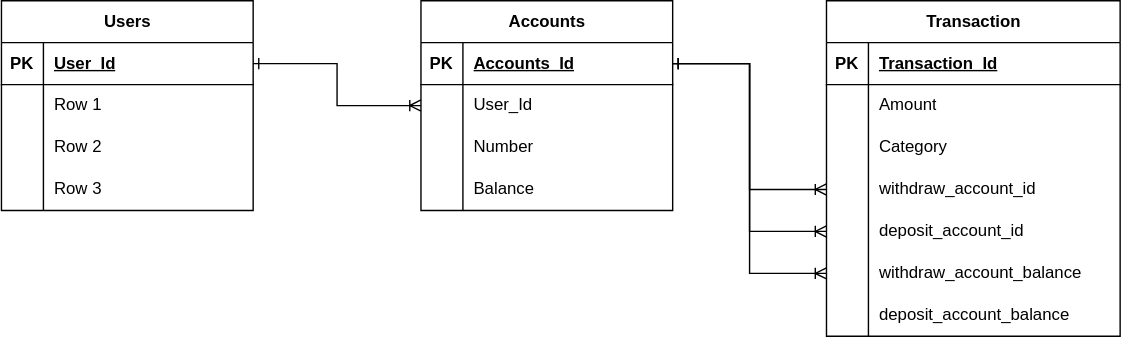
Before: Document/Bank_ERD.drawio.svg, a diagram exported from draw.io (dev1week/E-Banking). Source tidied: cells renumbered, new cells last; positions are measured from the earlier drawing's top-left corner, leaving out a move shared by most shapes.
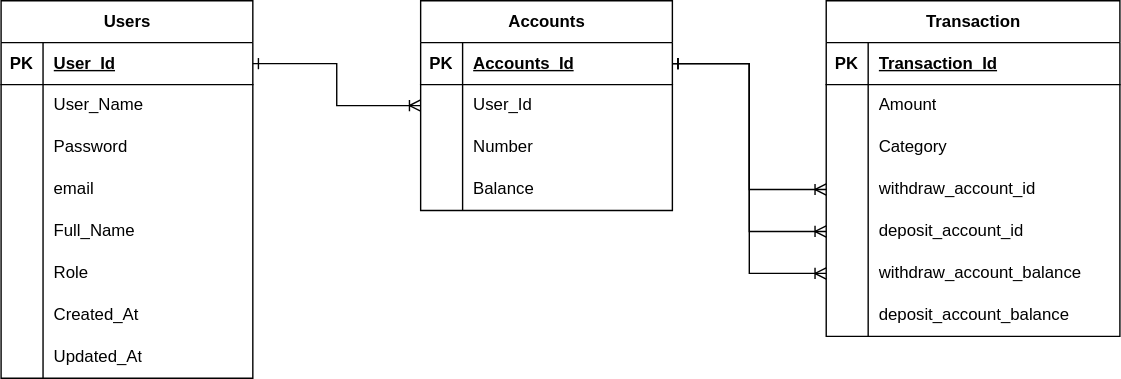
Later version of the same file.

Commit message:
#1 -2 erd user 도메인 세부사항추가

What changed in the source:
```diff
@@ -3,7 +3,7 @@
     <mxCell id="0" />
     <mxCell id="1" parent="0" />
     <mxCell id="2" value="Users" style="shape=table;startSize=30;rowLines=0;fontStyle=1;align=center;html=1;" parent="1" vertex="1">
-      <mxGeometry width="180" height="150" as="geometry" />
+      <mxGeometry width="180" height="270" as="geometry" />
     </mxCell>
     <mxCell id="3" style="shape=tableRow;horizontal=0;startSize=0;swimlaneHead=0;swimlaneBody=0;fillColor=none;points=[[0,0.5],[1,0.5]];portConstraint=eastwest;top=0;left=0;right=0;bottom=1;" parent="2" vertex="1">
       <mxGeometry y="30" width="180" height="30" as="geometry" />
@@ -20,7 +20,7 @@
     <mxCell id="7" style="shape=partialRectangle;fillColor=none;top=0;left=0;bottom=0;right=0;overflow=hidden;whiteSpace=wrap;html=1;" parent="6" vertex="1">
       <mxGeometry width="30" height="30" as="geometry" />
     </mxCell>
-    <mxCell id="8" value="Row 1" style="shape=partialRectangle;fillColor=none;top=0;left=0;bottom=0;right=0;align=left;spacingLeft=6;overflow=hidden;whiteSpace=wrap;html=1;" parent="6" vertex="1">
+    <mxCell id="8" value="User_Name" style="shape=partialRectangle;fillColor=none;top=0;left=0;bottom=0;right=0;align=left;spacingLeft=6;overflow=hidden;whiteSpace=wrap;html=1;" parent="6" vertex="1">
       <mxGeometry x="30" width="150" height="30" as="geometry" />
     </mxCell>
     <mxCell id="9" style="shape=tableRow;horizontal=0;startSize=0;swimlaneHead=0;swimlaneBody=0;fillColor=none;top=0;left=0;right=0;bottom=0;" parent="2" vertex="1">
@@ -29,7 +29,7 @@
     <mxCell id="10" style="shape=partialRectangle;fillColor=none;top=0;left=0;bottom=0;right=0;overflow=hidden;whiteSpace=wrap;html=1;" parent="9" vertex="1">
       <mxGeometry width="30" height="30" as="geometry" />
     </mxCell>
-    <mxCell id="11" value="Row 2" style="shape=partialRectangle;fillColor=none;top=0;left=0;bottom=0;right=0;align=left;spacingLeft=6;overflow=hidden;whiteSpace=wrap;html=1;" parent="9" vertex="1">
+    <mxCell id="11" value="Password" style="shape=partialRectangle;fillColor=none;top=0;left=0;bottom=0;right=0;align=left;spacingLeft=6;overflow=hidden;whiteSpace=wrap;html=1;" parent="9" vertex="1">
       <mxGeometry x="30" width="150" height="30" as="geometry" />
     </mxCell>
     <mxCell id="12" style="shape=tableRow;horizontal=0;startSize=0;swimlaneHead=0;swimlaneBody=0;fillColor=none;top=0;left=0;right=0;bottom=0;" parent="2" vertex="1">
@@ -38,9 +38,45 @@
     <mxCell id="13" style="shape=partialRectangle;fillColor=none;top=0;left=0;bottom=0;right=0;overflow=hidden;whiteSpace=wrap;html=1;" parent="12" vertex="1">
       <mxGeometry width="30" height="30" as="geometry" />
     </mxCell>
-    <mxCell id="14" value="Row 3" style="shape=partialRectangle;fillColor=none;top=0;left=0;bottom=0;right=0;align=left;spacingLeft=6;overflow=hidden;whiteSpace=wrap;html=1;" parent="12" vertex="1">
+    <mxCell id="14" value="email" style="shape=partialRectangle;fillColor=none;top=0;left=0;bottom=0;right=0;align=left;spacingLeft=6;overflow=hidden;whiteSpace=wrap;html=1;" parent="12" vertex="1">
       <mxGeometry x="30" width="150" height="30" as="geometry" />
     </mxCell>
+    <mxCell id="54" style="shape=tableRow;horizontal=0;startSize=0;swimlaneHead=0;swimlaneBody=0;fillColor=none;top=0;left=0;right=0;bottom=0;" parent="2" vertex="1">
+      <mxGeometry y="150" width="180" height="30" as="geometry" />
+    </mxCell>
+    <mxCell id="55" style="shape=partialRectangle;fillColor=none;top=0;left=0;bottom=0;right=0;overflow=hidden;whiteSpace=wrap;html=1;" parent="54" vertex="1">
+      <mxGeometry width="30" height="30" as="geometry" />
+    </mxCell>
+    <mxCell id="56" value="Full_Name" style="shape=partialRectangle;fillColor=none;top=0;left=0;bottom=0;right=0;align=left;spacingLeft=6;overflow=hidden;whiteSpace=wrap;html=1;" parent="54" vertex="1">
+      <mxGeometry x="30" width="150" height="30" as="geometry" />
+    </mxCell>
+    <mxCell id="57" style="shape=tableRow;horizontal=0;startSize=0;swimlaneHead=0;swimlaneBody=0;fillColor=none;top=0;left=0;right=0;bottom=0;" parent="2" vertex="1">
+      <mxGeometry y="180" width="180" height="30" as="geometry" />
+    </mxCell>
+    <mxCell id="58" value="&lt;br&gt;" style="shape=partialRectangle;fillColor=none;top=0;left=0;bottom=0;right=0;overflow=hidden;whiteSpace=wrap;html=1;" parent="57" vertex="1">
+      <mxGeometry width="30" height="30" as="geometry" />
+    </mxCell>
+    <mxCell id="59" value="Role" style="shape=partialRectangle;fillColor=none;top=0;left=0;bottom=0;right=0;align=left;spacingLeft=6;overflow=hidden;whiteSpace=wrap;html=1;" parent="57" vertex="1">
+      <mxGeometry x="30" width="150" height="30" as="geometry" />
+    </mxCell>
+    <mxCell id="60" style="shape=tableRow;horizontal=0;startSize=0;swimlaneHead=0;swimlaneBody=0;fillColor=none;top=0;left=0;right=0;bottom=0;" parent="2" vertex="1">
+      <mxGeometry y="210" width="180" height="30" as="geometry" />
+    </mxCell>
+    <mxCell id="61" value="&lt;br&gt;" style="shape=partialRectangle;fillColor=none;top=0;left=0;bottom=0;right=0;overflow=hidden;whiteSpace=wrap;html=1;" parent="60" vertex="1">
+      <mxGeometry width="30" height="30" as="geometry" />
+    </mxCell>
+    <mxCell id="62" value="Created_At" style="shape=partialRectangle;fillColor=none;top=0;left=0;bottom=0;right=0;align=left;spacingLeft=6;overflow=hidden;whiteSpace=wrap;html=1;" parent="60" vertex="1">
+      <mxGeometry x="30" width="150" height="30" as="geometry" />
+    </mxCell>
+    <mxCell id="63" style="shape=tableRow;horizontal=0;startSize=0;swimlaneHead=0;swimlaneBody=0;fillColor=none;top=0;left=0;right=0;bottom=0;" parent="2" vertex="1">
+      <mxGeometry y="240" width="180" height="30" as="geometry" />
+    </mxCell>
+    <mxCell id="64" value="&lt;br&gt;" style="shape=partialRectangle;fillColor=none;top=0;left=0;bottom=0;right=0;overflow=hidden;whiteSpace=wrap;html=1;" parent="63" vertex="1">
+      <mxGeometry width="30" height="30" as="geometry" />
+    </mxCell>
+    <mxCell id="65" value="Updated_At" style="shape=partialRectangle;fillColor=none;top=0;left=0;bottom=0;right=0;align=left;spacingLeft=6;overflow=hidden;whiteSpace=wrap;html=1;" parent="63" vertex="1">
+      <mxGeometry x="30" width="150" height="30" as="geometry" />
+    </mxCell>
     <mxCell id="15" value="Accounts" style="shape=table;startSize=30;rowLines=0;fontStyle=1;align=center;html=1;" parent="1" vertex="1">
       <mxGeometry x="300" width="180" height="150" as="geometry" />
     </mxCell>
```
